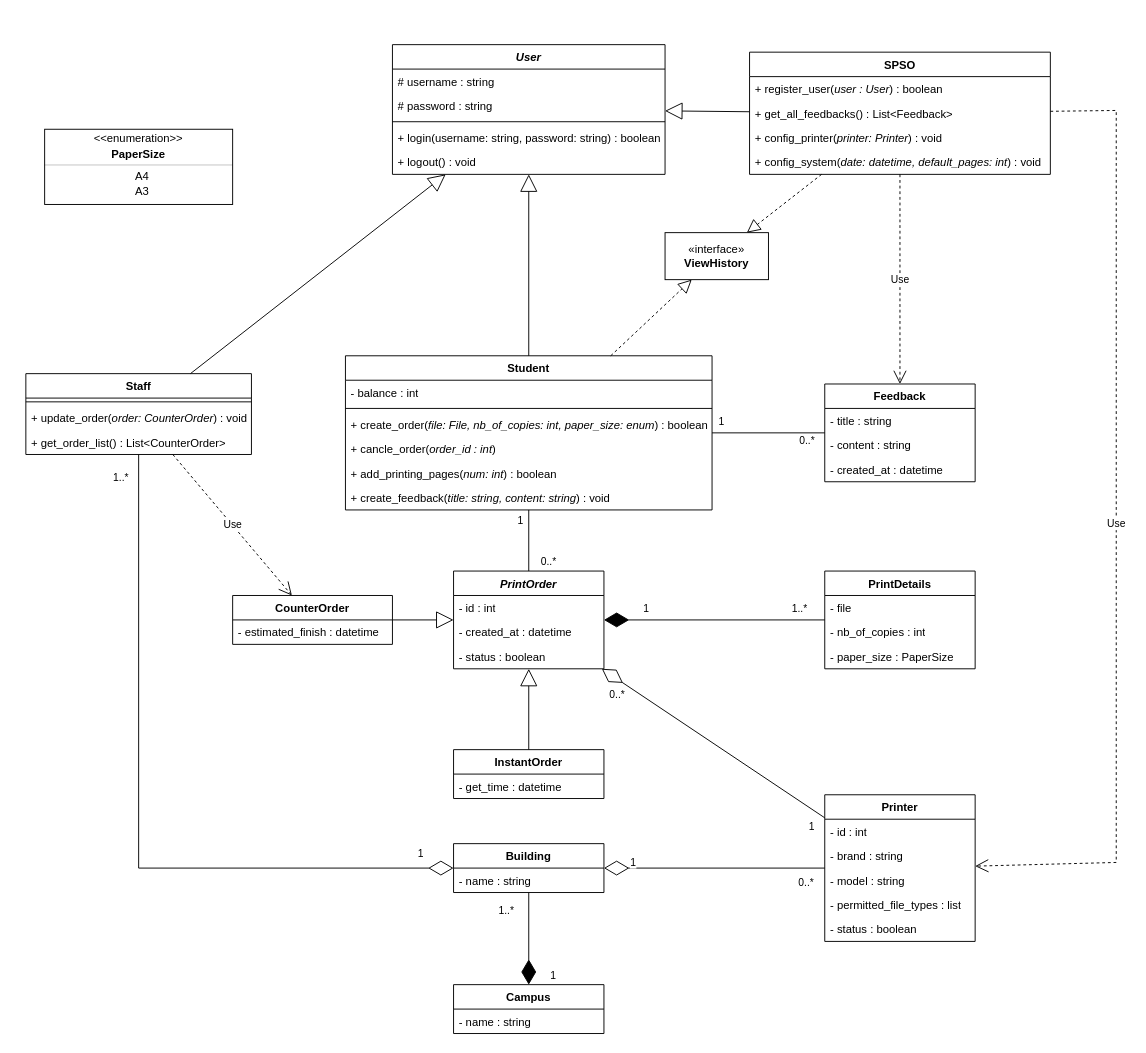
blueonline07/auth-demo keeps this draw.io diagram as printing-module-class-diagram.drawio. Above is the earlier version. Source tidied: cells renumbered, new cells numbered last; positions are measured from the earlier drawing's top-left corner, leaving out a move shared by most shapes. Both pictures are drawn from the tidied source at 94%, with x=0, y=0 at pixel (25, 44).
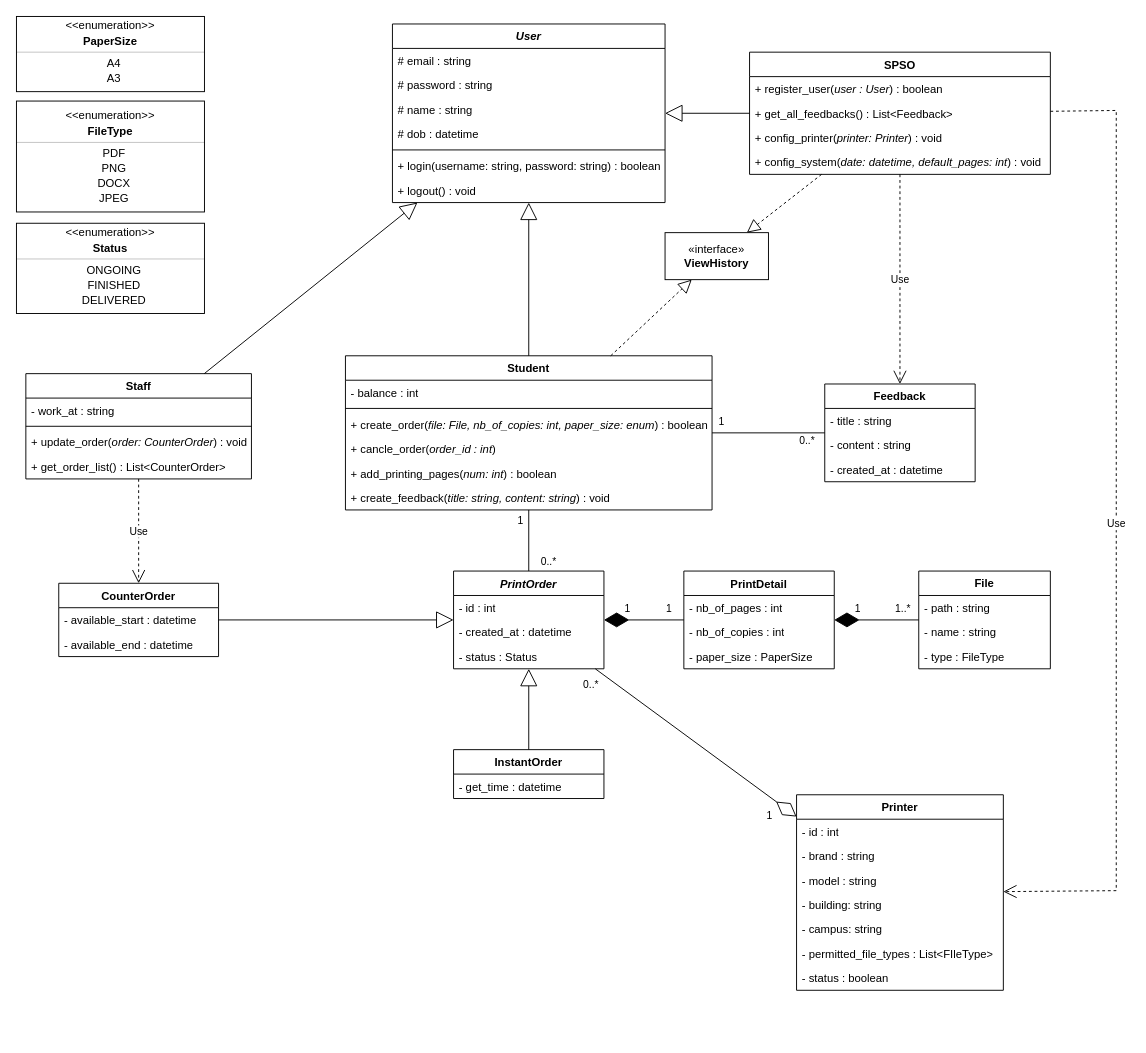
The same page after the edit.

The change refers to these unchanged cells:
```xml
<mxCell id="19" value="&lt;i&gt;PrintOrder&lt;/i&gt;" style="swimlane;fontStyle=1;align=center;verticalAlign=top;horizontal=1;startSize=26;whiteSpace=wrap;html=1;" parent="1" vertex="1">
  <mxGeometry x="455" y="560" width="160" height="104" as="geometry" />
</mxCell>
<mxCell id="45" style="endArrow=diamondThin;endFill=1;endSize=24;html=1;rounded=0;" parent="1" edge="1" source="33" target="19">
  <mxGeometry relative="1" as="geometry" />
</mxCell>
<mxCell id="51" value="SPSO" style="swimlane;fontStyle=1;align=center;verticalAlign=top;horizontal=1;startSize=26;whiteSpace=wrap;html=1;" parent="1" vertex="1">
  <mxGeometry x="769.9" y="8" width="320" height="130" as="geometry" />
</mxCell>
```

What changed in the source:
```diff
@@
     <mxCell id="2" value="&lt;i&gt;User&lt;/i&gt;" style="swimlane;fontStyle=1;align=center;verticalAlign=top;horizontal=1;startSize=26;whiteSpace=wrap;html=1;" parent="1" vertex="1">
-      <mxGeometry x="390" width="290" height="138" as="geometry" />
+      <mxGeometry x="390" y="-22" width="290" height="190" as="geometry" />
     </mxCell>
-    <mxCell id="3" value="# username : string" style="text;strokeColor=none;fillColor=none;align=left;verticalAlign=top;spacingLeft=4;spacingRight=4;overflow=hidden;whiteSpace=wrap;html=1;" parent="2" vertex="1">
+    <mxCell id="3" value="# email : string" style="text;strokeColor=none;fillColor=none;align=left;verticalAlign=top;spacingLeft=4;spacingRight=4;overflow=hidden;whiteSpace=wrap;html=1;" parent="2" vertex="1">
       <mxGeometry y="26" width="290" height="26" as="geometry" />
     </mxCell>
@@
+    <mxCell id="89" value="# name : string" style="text;strokeColor=none;fillColor=none;align=left;verticalAlign=top;spacingLeft=4;spacingRight=4;overflow=hidden;whiteSpace=wrap;html=1;" parent="2" vertex="1">
+      <mxGeometry y="78" width="290" height="26" as="geometry" />
+    </mxCell>
+    <mxCell id="90" value="# dob : datetime" style="text;strokeColor=none;fillColor=none;align=left;verticalAlign=top;spacingLeft=4;spacingRight=4;overflow=hidden;whiteSpace=wrap;html=1;" parent="2" vertex="1">
+      <mxGeometry y="104" width="290" height="26" as="geometry" />
+    </mxCell>
     <mxCell id="5" style="line;strokeWidth=1;fillColor=none;align=left;verticalAlign=middle;spacingTop=-1;spacingLeft=3;spacingRight=3;labelPosition=right;strokeColor=inherit;" parent="2" vertex="1">
-      <mxGeometry y="78" width="290" height="8" as="geometry" />
+      <mxGeometry y="130" width="290" height="8" as="geometry" />
     </mxCell>
     <mxCell id="6" value="+ login(username: string, password: string) : boolean" style="text;strokeColor=none;fillColor=none;align=left;verticalAlign=top;spacingLeft=4;spacingRight=4;overflow=hidden;whiteSpace=wrap;html=1;" parent="2" vertex="1">
-      <mxGeometry y="86" width="290" height="26" as="geometry" />
+      <mxGeometry y="138" width="290" height="26" as="geometry" />
     </mxCell>
     <mxCell id="7" value="+ logout() : void" style="text;strokeColor=none;fillColor=none;align=left;verticalAlign=top;spacingLeft=4;spacingRight=4;overflow=hidden;whiteSpace=wrap;html=1;" parent="2" vertex="1">
-      <mxGeometry y="112" width="290" height="26" as="geometry" />
+      <mxGeometry y="164" width="290" height="26" as="geometry" />
     </mxCell>
     <mxCell id="8" value="Staff" style="swimlane;fontStyle=1;align=center;verticalAlign=top;horizontal=1;startSize=26;whiteSpace=wrap;html=1;" parent="1" vertex="1">
-      <mxGeometry y="350" width="240" height="86" as="geometry" />
+      <mxGeometry y="350" width="240" height="112" as="geometry" />
     </mxCell>
+    <mxCell id="91" value="- work_at : string" style="text;strokeColor=none;fillColor=none;align=left;verticalAlign=top;spacingLeft=4;spacingRight=4;overflow=hidden;whiteSpace=wrap;html=1;" parent="8" vertex="1">
+      <mxGeometry y="26" width="240" height="26" as="geometry" />
+    </mxCell>
     <mxCell id="9" style="line;strokeWidth=1;fillColor=none;align=left;verticalAlign=middle;spacingTop=-1;spacingLeft=3;spacingRight=3;labelPosition=right;strokeColor=inherit;" parent="8" vertex="1">
-      <mxGeometry y="26" width="240" height="8" as="geometry" />
+      <mxGeometry y="52" width="240" height="8" as="geometry" />
     </mxCell>
     <mxCell id="10" value="+ update_order(&lt;i&gt;order: CounterOrder&lt;/i&gt;) : void" style="text;strokeColor=none;fillColor=none;align=left;verticalAlign=top;spacingLeft=4;spacingRight=4;overflow=hidden;whiteSpace=wrap;html=1;" parent="8" vertex="1">
-      <mxGeometry y="34" width="240" height="26" as="geometry" />
+      <mxGeometry y="60" width="240" height="26" as="geometry" />
     </mxCell>
     <mxCell id="11" value="+ get_order_list() : List&amp;lt;CounterOrder&amp;gt;" style="text;strokeColor=none;fillColor=none;align=left;verticalAlign=top;spacingLeft=4;spacingRight=4;overflow=hidden;whiteSpace=wrap;html=1;" parent="8" vertex="1">
-      <mxGeometry y="60" width="240" height="26" as="geometry" />
+      <mxGeometry y="86" width="240" height="26" as="geometry" />
     </mxCell>
@@
-    <mxCell id="22" value="- status : boolean" style="text;strokeColor=none;fillColor=none;align=left;verticalAlign=top;spacingLeft=4;spacingRight=4;overflow=hidden;whiteSpace=wrap;html=1;" parent="19" vertex="1">
+    <mxCell id="22" value="- status : Status" style="text;strokeColor=none;fillColor=none;align=left;verticalAlign=top;spacingLeft=4;spacingRight=4;overflow=hidden;whiteSpace=wrap;html=1;" parent="19" vertex="1">
       <mxGeometry y="78" width="160" height="26" as="geometry" />
     </mxCell>
     <mxCell id="23" value="CounterOrder" style="swimlane;fontStyle=1;align=center;verticalAlign=top;horizontal=1;startSize=26;whiteSpace=wrap;html=1;" parent="1" vertex="1">
-      <mxGeometry x="220" y="586" width="170" height="52" as="geometry" />
+      <mxGeometry x="35" y="573" width="170" height="78" as="geometry" />
     </mxCell>
-    <mxCell id="24" value="- estimated_finish : datetime" style="text;strokeColor=none;fillColor=none;align=left;verticalAlign=top;spacingLeft=4;spacingRight=4;overflow=hidden;whiteSpace=wrap;html=1;" parent="23" vertex="1">
+    <mxCell id="24" value="- available_start : datetime" style="text;strokeColor=none;fillColor=none;align=left;verticalAlign=top;spacingLeft=4;spacingRight=4;overflow=hidden;whiteSpace=wrap;html=1;" parent="23" vertex="1">
       <mxGeometry y="26" width="170" height="26" as="geometry" />
     </mxCell>
+    <mxCell id="92" value="- available_end : datetime" style="text;strokeColor=none;fillColor=none;align=left;verticalAlign=top;spacingLeft=4;spacingRight=4;overflow=hidden;whiteSpace=wrap;html=1;" parent="23" vertex="1">
+      <mxGeometry y="52" width="170" height="26" as="geometry" />
+    </mxCell>
@@
     <mxCell id="27" value="Printer" style="swimlane;fontStyle=1;align=center;verticalAlign=top;horizontal=1;startSize=26;whiteSpace=wrap;html=1;" parent="1" vertex="1">
-      <mxGeometry x="849.9" y="798" width="160" height="156" as="geometry" />
+      <mxGeometry x="819.9" y="798" width="220" height="208" as="geometry" />
     </mxCell>
     <mxCell id="28" value="- id : int" style="text;strokeColor=none;fillColor=none;align=left;verticalAlign=top;spacingLeft=4;spacingRight=4;overflow=hidden;whiteSpace=wrap;html=1;" parent="27" vertex="1">
-      <mxGeometry y="26" width="160" height="26" as="geometry" />
+      <mxGeometry y="26" width="220" height="26" as="geometry" />
     </mxCell>
     <mxCell id="29" value="- brand : string" style="text;strokeColor=none;fillColor=none;align=left;verticalAlign=top;spacingLeft=4;spacingRight=4;overflow=hidden;whiteSpace=wrap;html=1;" parent="27" vertex="1">
-      <mxGeometry y="52" width="160" height="26" as="geometry" />
+      <mxGeometry y="52" width="220" height="26" as="geometry" />
     </mxCell>
     <mxCell id="30" value="- model : string" style="text;strokeColor=none;fillColor=none;align=left;verticalAlign=top;spacingLeft=4;spacingRight=4;overflow=hidden;whiteSpace=wrap;html=1;" parent="27" vertex="1">
-      <mxGeometry y="78" width="160" height="26" as="geometry" />
+      <mxGeometry y="78" width="220" height="26" as="geometry" />
     </mxCell>
+    <mxCell id="93" value="- building: string" style="text;strokeColor=none;fillColor=none;align=left;verticalAlign=top;spacingLeft=4;spacingRight=4;overflow=hidden;whiteSpace=wrap;html=1;" parent="27" vertex="1">
+      <mxGeometry y="104" width="220" height="26" as="geometry" />
+    </mxCell>
+    <mxCell id="94" value="- campus: string" style="text;strokeColor=none;fillColor=none;align=left;verticalAlign=top;spacingLeft=4;spacingRight=4;overflow=hidden;whiteSpace=wrap;html=1;" parent="27" vertex="1">
+      <mxGeometry y="130" width="220" height="26" as="geometry" />
+    </mxCell>
-    <mxCell id="31" value="- permitted_file_types : list" style="text;strokeColor=none;fillColor=none;align=left;verticalAlign=top;spacingLeft=4;spacingRight=4;overflow=hidden;whiteSpace=wrap;html=1;" parent="27" vertex="1">
-      <mxGeometry y="104" width="160" height="26" as="geometry" />
+    <mxCell id="31" value="- permitted_file_types : List&amp;lt;FIleType&amp;gt;" style="text;strokeColor=none;fillColor=none;align=left;verticalAlign=top;spacingLeft=4;spacingRight=4;overflow=hidden;whiteSpace=wrap;html=1;" parent="27" vertex="1">
+      <mxGeometry y="156" width="220" height="26" as="geometry" />
     </mxCell>
     <mxCell id="32" value="- status : boolean" style="text;strokeColor=none;fillColor=none;align=left;verticalAlign=top;spacingLeft=4;spacingRight=4;overflow=hidden;whiteSpace=wrap;html=1;" parent="27" vertex="1">
-      <mxGeometry y="130" width="160" height="26" as="geometry" />
+      <mxGeometry y="182" width="220" height="26" as="geometry" />
     </mxCell>
-    <mxCell id="33" value="PrintDetails" style="swimlane;fontStyle=1;align=center;verticalAlign=top;horizontal=1;startSize=26;whiteSpace=wrap;html=1;" parent="1" vertex="1">
-      <mxGeometry x="849.9" y="560" width="160" height="104" as="geometry" />
+    <mxCell id="33" value="PrintDetail" style="swimlane;fontStyle=1;align=center;verticalAlign=top;horizontal=1;startSize=26;whiteSpace=wrap;html=1;" parent="1" vertex="1">
+      <mxGeometry x="700" y="560" width="160" height="104" as="geometry" />
     </mxCell>
-    <mxCell id="34" value="- file" style="text;strokeColor=none;fillColor=none;align=left;verticalAlign=top;spacingLeft=4;spacingRight=4;overflow=hidden;whiteSpace=wrap;html=1;" parent="33" vertex="1">
-      <mxGeometry y="26" width="160" height="26" as="geometry" />
-    </mxCell>
+    <mxCell id="95" value="- nb_of_pages : int" style="text;strokeColor=none;fillColor=none;align=left;verticalAlign=top;spacingLeft=4;spacingRight=4;overflow=hidden;whiteSpace=wrap;html=1;" parent="33" vertex="1">
+      <mxGeometry y="26" width="160" height="26" as="geometry" />
+    </mxCell>
@@
-    <mxCell id="42" style="endArrow=diamondThin;endFill=0;endSize=24;html=1;rounded=0;" parent="1" edge="1" source="27" target="19">
+    <mxCell id="42" style="endArrow=diamondThin;endFill=0;endSize=24;html=1;rounded=0;" parent="1" edge="1" source="19" target="27">
       <mxGeometry relative="1" as="geometry" />
     </mxCell>
     <mxCell id="43" value="0..*" style="edgeLabel;html=1;align=center;verticalAlign=middle;" parent="42" vertex="1">
       <mxGeometry x="0.77" y="2" relative="1" as="geometry">
-        <mxPoint x="-11" y="7" as="offset" />
+        <mxPoint x="-196" y="-121" as="offset" />
       </mxGeometry>
     </mxCell>
     <mxCell id="44" value="1" style="edgeLabel;html=1;align=center;verticalAlign=middle;" parent="42" vertex="1">
       <mxGeometry x="-0.88" y="1" relative="1" as="geometry">
-        <mxPoint y="18" as="offset" />
+        <mxPoint x="171" y="147" as="offset" />
       </mxGeometry>
     </mxCell>
@@
-    <mxCell id="47" value="1..*" style="edgeLabel;html=1;align=center;verticalAlign=middle;" parent="45" vertex="1">
+    <mxCell id="47" value="1" style="edgeLabel;html=1;align=center;verticalAlign=middle;" parent="45" vertex="1">
       <mxGeometry x="-0.86" y="3" relative="1" as="geometry">
         <mxPoint x="-11" y="-16" as="offset" />
       </mxGeometry>
     </mxCell>
@@
-    <mxCell id="68" value="Building" style="swimlane;fontStyle=1;align=center;verticalAlign=top;horizontal=1;startSize=26;whiteSpace=wrap;html=1;" parent="1" vertex="1">
-      <mxGeometry x="455" y="850" width="160" height="52" as="geometry" />
-    </mxCell>
-    <mxCell id="69" value="- name : string" style="text;strokeColor=none;fillColor=none;align=left;verticalAlign=top;spacingLeft=4;spacingRight=4;overflow=hidden;whiteSpace=wrap;html=1;" parent="68" vertex="1">
-      <mxGeometry y="26" width="160" height="26" as="geometry" />
-    </mxCell>
-    <mxCell id="70" value="Campus" style="swimlane;fontStyle=1;align=center;verticalAlign=top;horizontal=1;startSize=26;whiteSpace=wrap;html=1;" parent="1" vertex="1">
-      <mxGeometry x="455" y="1000" width="160" height="52" as="geometry" />
-    </mxCell>
-    <mxCell id="71" value="- name : string" style="text;strokeColor=none;fillColor=none;align=left;verticalAlign=top;spacingLeft=4;spacingRight=4;overflow=hidden;whiteSpace=wrap;html=1;" parent="70" vertex="1">
-      <mxGeometry y="26" width="160" height="26" as="geometry" />
-    </mxCell>
-    <mxCell id="72" style="endArrow=diamondThin;endFill=0;endSize=24;html=1;rounded=0;" parent="1" edge="1" source="27" target="68">
-      <mxGeometry relative="1" as="geometry" />
-    </mxCell>
-    <mxCell id="73" value="1" style="edgeLabel;html=1;align=center;verticalAlign=middle;" parent="72" vertex="1">
-      <mxGeometry x="0.69" relative="1" as="geometry">
-        <mxPoint x="-6" y="-7" as="offset" />
-      </mxGeometry>
-    </mxCell>
-    <mxCell id="74" value="0..*" style="edgeLabel;html=1;align=center;verticalAlign=middle;" parent="72" vertex="1">
-      <mxGeometry x="-0.78" y="-2" relative="1" as="geometry">
-        <mxPoint x="6" y="17" as="offset" />
-      </mxGeometry>
-    </mxCell>
-    <mxCell id="75" style="endArrow=diamondThin;endFill=1;endSize=24;html=1;rounded=0;" parent="1" edge="1" source="68" target="70">
-      <mxGeometry relative="1" as="geometry" />
-    </mxCell>
-    <mxCell id="76" value="1" style="edgeLabel;html=1;align=center;verticalAlign=middle;" parent="75" vertex="1">
-      <mxGeometry x="0.37" y="-1" relative="1" as="geometry">
-        <mxPoint x="26" y="21" as="offset" />
-      </mxGeometry>
-    </mxCell>
-    <mxCell id="77" value="1..*" style="edgeLabel;html=1;align=center;verticalAlign=middle;" parent="75" vertex="1">
-      <mxGeometry x="-0.78" y="-1" relative="1" as="geometry">
-        <mxPoint x="-24" y="7" as="offset" />
-      </mxGeometry>
-    </mxCell>
     <mxCell id="78" value="Use" style="endArrow=open;endSize=12;dashed=1;html=1;rounded=0;" parent="1" edge="1" source="51" target="27">
       <mxGeometry relative="1" as="geometry">
         <Array as="points">
           <mxPoint x="1160" y="70" />
-          <mxPoint x="1160" y="870" />
+          <mxPoint x="1160" y="900" />
         </Array>
       </mxGeometry>
     </mxCell>
-    <mxCell id="79" style="endArrow=diamondThin;endFill=0;endSize=24;html=1;rounded=0;" parent="1" edge="1" source="8" target="68">
-      <mxGeometry relative="1" as="geometry">
-        <Array as="points">
-          <mxPoint x="120" y="876" />
-        </Array>
-      </mxGeometry>
-    </mxCell>
-    <mxCell id="80" value="1" style="edgeLabel;html=1;align=center;verticalAlign=middle;" parent="79" vertex="1">
-      <mxGeometry x="0.77" y="2" relative="1" as="geometry">
-        <mxPoint x="53" y="-14" as="offset" />
-      </mxGeometry>
-    </mxCell>
-    <mxCell id="81" value="1..*" style="edgeLabel;html=1;align=center;verticalAlign=middle;" parent="79" vertex="1">
-      <mxGeometry x="-0.88" y="1" relative="1" as="geometry">
-        <mxPoint x="-21" y="-23" as="offset" />
-      </mxGeometry>
-    </mxCell>
     <mxCell id="82" style="fontStyle=1;align=center;verticalAlign=middle;horizontal=1;" parent="1" vertex="1">
-      <mxGeometry x="20" y="90" width="200" height="80" as="geometry" />
+      <mxGeometry x="-10" y="-30" width="200" height="80" as="geometry" />
     </mxCell>
@@
+    <mxCell id="96" style="fontStyle=1;align=center;verticalAlign=middle;horizontal=1;" parent="1" vertex="1">
+      <mxGeometry x="-10" y="60" width="200" height="118" as="geometry" />
+    </mxCell>
+    <mxCell id="97" style="html=1;align=left;spacing=0;spacingLeft=8;verticalAlign=middle;strokeColor=none;fillColor=none;whiteSpace=wrap;" parent="96" vertex="1">
+      <mxGeometry width="200" height="6" as="geometry" />
+    </mxCell>
+    <mxCell id="98" value="&amp;lt;&amp;lt;enumeration&amp;gt;&amp;gt;" style="html=1;align=center;spacing=0;verticalAlign=middle;strokeColor=none;fillColor=none;whiteSpace=wrap;" parent="96" vertex="1">
+      <mxGeometry y="6" width="200" height="20" as="geometry" />
+    </mxCell>
+    <mxCell id="99" value="FileType" style="html=1;align=center;spacing=0;verticalAlign=middle;strokeColor=none;fillColor=none;whiteSpace=wrap;fontStyle=1;" parent="96" vertex="1">
+      <mxGeometry y="26" width="200" height="14" as="geometry" />
+    </mxCell>
+    <mxCell id="100" style="line;strokeWidth=0.25;fillColor=none;align=left;verticalAlign=middle;spacingTop=-1;spacingLeft=3;spacingRight=3;labelPosition=right;" parent="96" vertex="1">
+      <mxGeometry y="40" width="200" height="8" as="geometry" />
+    </mxCell>
+    <mxCell id="101" value="PDF" style="html=1;align=center;spacing=0;spacingLeft=8;verticalAlign=middle;strokeColor=none;fillColor=none;whiteSpace=wrap;" parent="96" vertex="1">
+      <mxGeometry y="48" width="200" height="16" as="geometry" />
+    </mxCell>
+    <mxCell id="102" value="PNG" style="html=1;align=center;spacing=0;spacingLeft=8;verticalAlign=middle;strokeColor=none;fillColor=none;whiteSpace=wrap;" parent="96" vertex="1">
+      <mxGeometry y="64" width="200" height="16" as="geometry" />
+    </mxCell>
+    <mxCell id="103" value="DOCX" style="html=1;align=center;spacing=0;spacingLeft=8;verticalAlign=middle;strokeColor=none;fillColor=none;whiteSpace=wrap;" parent="96" vertex="1">
+      <mxGeometry y="80" width="200" height="16" as="geometry" />
+    </mxCell>
+    <mxCell id="104" value="JPEG" style="html=1;align=center;spacing=0;spacingLeft=8;verticalAlign=middle;strokeColor=none;fillColor=none;whiteSpace=wrap;" parent="96" vertex="1">
+      <mxGeometry y="96" width="200" height="16" as="geometry" />
+    </mxCell>
+    <mxCell id="105" style="html=1;align=left;spacing=0;spacingLeft=8;verticalAlign=middle;strokeColor=none;fillColor=none;whiteSpace=wrap;" parent="96" vertex="1">
+      <mxGeometry y="112" width="200" height="6" as="geometry" />
+    </mxCell>
+    <mxCell id="106" style="fontStyle=1;align=center;verticalAlign=middle;horizontal=1;" parent="1" vertex="1">
+      <mxGeometry x="-10" y="190" width="200" height="96" as="geometry" />
+    </mxCell>
+    <mxCell id="107" value="&amp;lt;&amp;lt;enumeration&amp;gt;&amp;gt;" style="html=1;align=center;spacing=0;verticalAlign=middle;strokeColor=none;fillColor=none;whiteSpace=wrap;" parent="106" vertex="1">
+      <mxGeometry width="200" height="20" as="geometry" />
+    </mxCell>
+    <mxCell id="108" value="Status" style="html=1;align=center;spacing=0;verticalAlign=middle;strokeColor=none;fillColor=none;whiteSpace=wrap;fontStyle=1;" parent="106" vertex="1">
+      <mxGeometry y="20" width="200" height="14" as="geometry" />
+    </mxCell>
+    <mxCell id="109" style="line;strokeWidth=0.25;fillColor=none;align=left;verticalAlign=middle;spacingTop=-1;spacingLeft=3;spacingRight=3;labelPosition=right;" parent="106" vertex="1">
+      <mxGeometry y="34" width="200" height="8" as="geometry" />
+    </mxCell>
+    <mxCell id="110" value="ONGOING" style="html=1;align=center;spacing=0;spacingLeft=8;verticalAlign=middle;strokeColor=none;fillColor=none;whiteSpace=wrap;" parent="106" vertex="1">
+      <mxGeometry y="42" width="200" height="16" as="geometry" />
+    </mxCell>
+    <mxCell id="111" value="FINISHED" style="html=1;align=center;spacing=0;spacingLeft=8;verticalAlign=middle;strokeColor=none;fillColor=none;whiteSpace=wrap;" parent="106" vertex="1">
+      <mxGeometry y="58" width="200" height="16" as="geometry" />
+    </mxCell>
+    <mxCell id="112" value="DELIVERED" style="html=1;align=center;spacing=0;spacingLeft=8;verticalAlign=middle;strokeColor=none;fillColor=none;whiteSpace=wrap;" parent="106" vertex="1">
+      <mxGeometry y="74" width="200" height="16" as="geometry" />
+    </mxCell>
+    <mxCell id="113" style="html=1;align=left;spacing=0;spacingLeft=8;verticalAlign=middle;strokeColor=none;fillColor=none;whiteSpace=wrap;" parent="106" vertex="1">
+      <mxGeometry y="90" width="200" height="6" as="geometry" />
+    </mxCell>
+    <mxCell id="114" value="&lt;b&gt;File&lt;/b&gt;" style="swimlane;fontStyle=0;horizontal=1;startSize=26;fillColor=none;whiteSpace=wrap;html=1;" parent="1" vertex="1">
+      <mxGeometry x="949.9" y="560" width="140" height="104" as="geometry" />
+    </mxCell>
+    <mxCell id="115" value="- path : string" style="text;strokeColor=none;fillColor=none;align=left;verticalAlign=top;spacingLeft=4;spacingRight=4;overflow=hidden;whiteSpace=wrap;html=1;" parent="114" vertex="1">
+      <mxGeometry y="26" width="140" height="26" as="geometry" />
+    </mxCell>
+    <mxCell id="116" value="- name : string" style="text;strokeColor=none;fillColor=none;align=left;verticalAlign=top;spacingLeft=4;spacingRight=4;overflow=hidden;whiteSpace=wrap;html=1;" parent="114" vertex="1">
+      <mxGeometry y="52" width="140" height="26" as="geometry" />
+    </mxCell>
+    <mxCell id="117" value="- type : FileType" style="text;strokeColor=none;fillColor=none;align=left;verticalAlign=top;spacingLeft=4;spacingRight=4;overflow=hidden;whiteSpace=wrap;html=1;" parent="114" vertex="1">
+      <mxGeometry y="78" width="140" height="26" as="geometry" />
+    </mxCell>
+    <mxCell id="118" style="endArrow=diamondThin;endFill=1;endSize=24;html=1;rounded=0;" parent="1" edge="1" source="114" target="33">
+      <mxGeometry relative="1" as="geometry" />
+    </mxCell>
+    <mxCell id="119" value="1" style="edgeLabel;html=1;align=center;verticalAlign=middle;" parent="118" vertex="1">
+      <mxGeometry x="0.73" relative="1" as="geometry">
+        <mxPoint x="13" y="-13" as="offset" />
+      </mxGeometry>
+    </mxCell>
+    <mxCell id="120" value="1..*" style="edgeLabel;html=1;align=center;verticalAlign=middle;" parent="118" vertex="1">
+      <mxGeometry x="-0.86" y="3" relative="1" as="geometry">
+        <mxPoint x="-11" y="-16" as="offset" />
+      </mxGeometry>
+    </mxCell>
```
